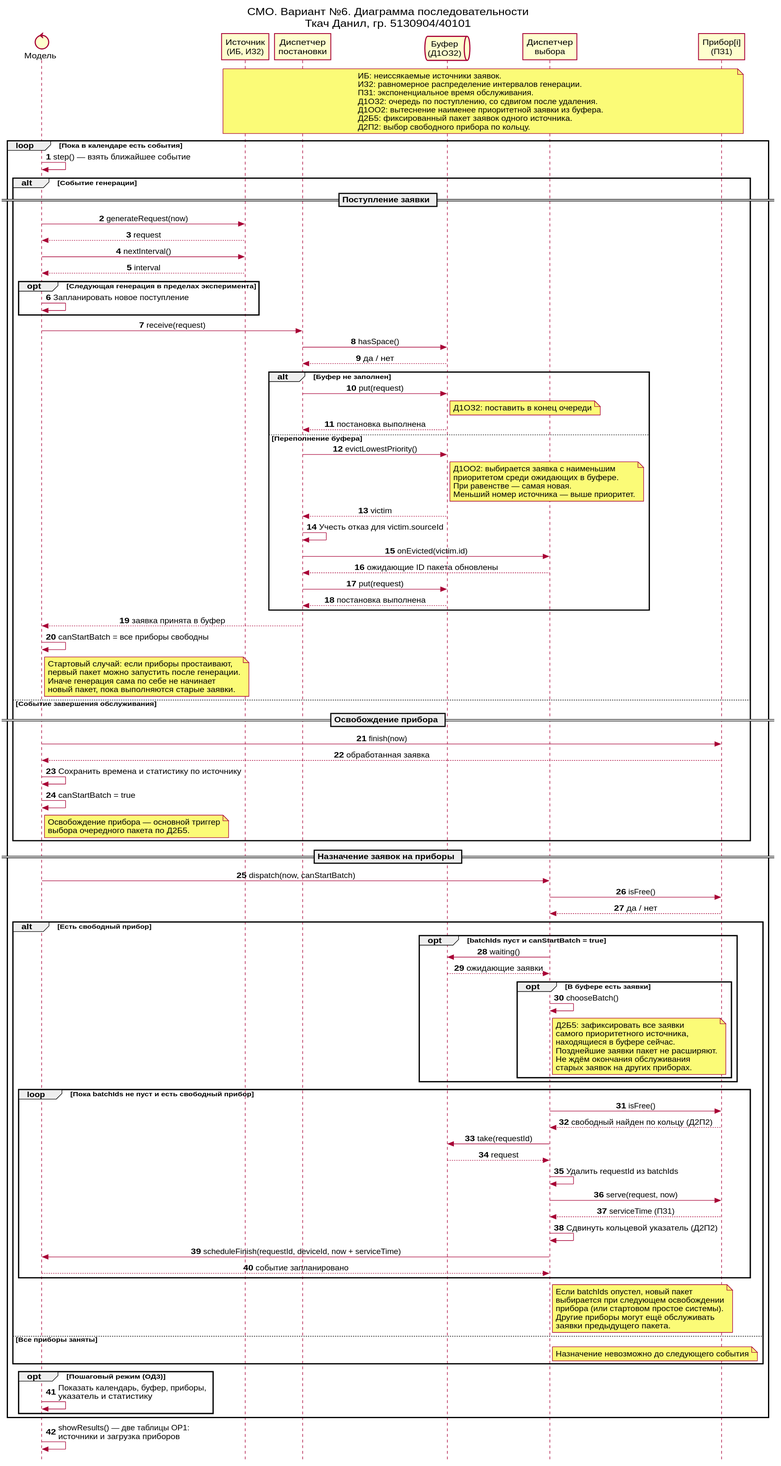
Before: artifacts/sequence/sequence.svg, a diagram exported from PlantUML (Danil3352/smo-meteo-var6).
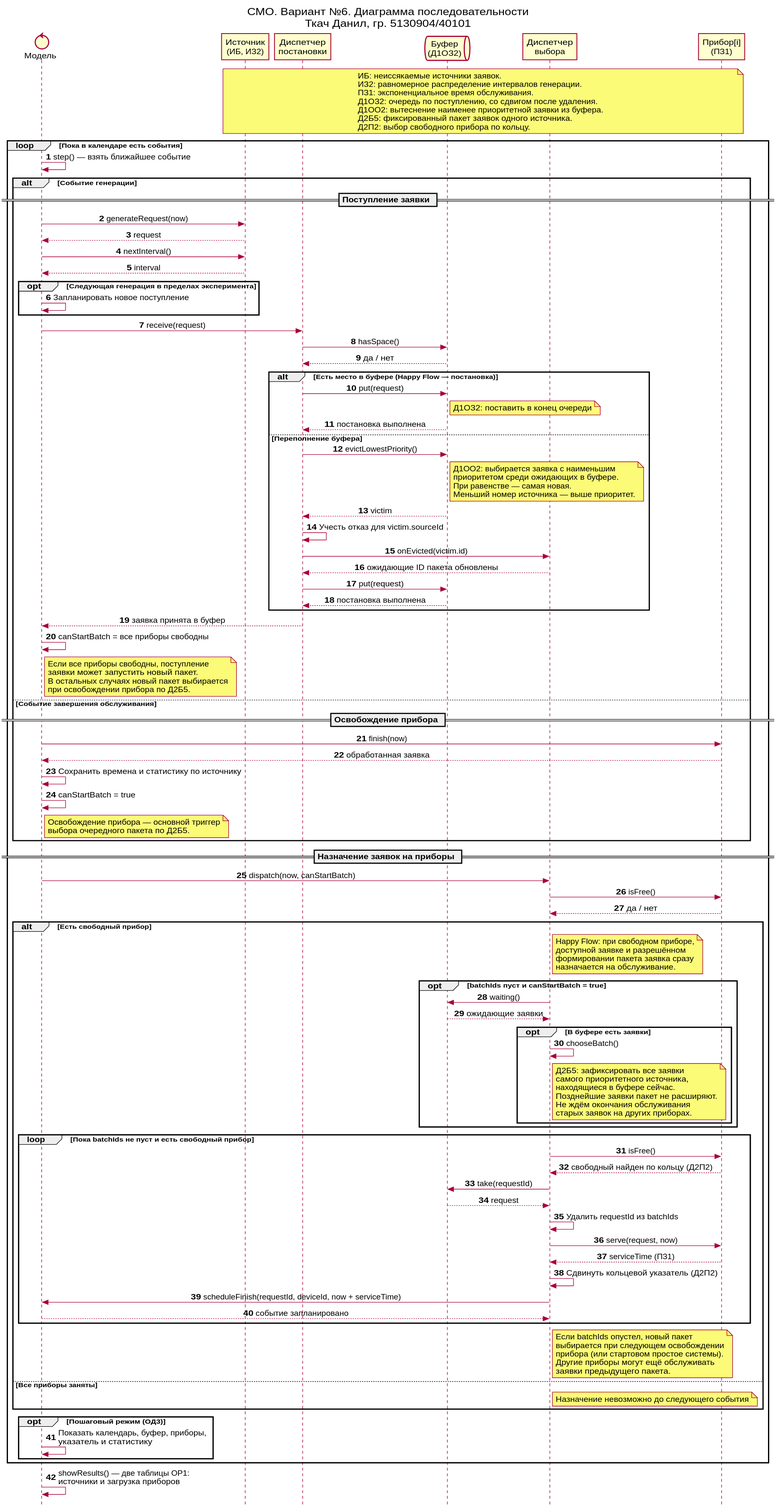
The same file after the commit.

Commit message:
Happy Flow Fix

Diff of the diagram source:
```diff
@@ -40,10 +40,11 @@
         DP -> Buffer: hasSpace()
         Buffer --> DP: да / нет
 
-        alt Буфер не заполнен
+        alt Есть место в буфере (Happy Flow — постановка)
             DP -> Buffer: put(request)
             note right of Buffer: Д1ОЗ2: поставить в конец очереди
             Buffer --> DP: постановка выполнена
+
         else Переполнение буфера
             DP -> Buffer: evictLowestPriority()
             note right of Buffer
@@ -52,10 +53,12 @@
             При равенстве — самая новая.
             Меньший номер источника — выше приоритет.
             end note
+
             Buffer --> DP: victim
             DP -> DP: Учесть отказ для victim.sourceId
             DP -> DV: onEvicted(victim.id)
             DV --> DP: ожидающие ID пакета обновлены
+
             DP -> Buffer: put(request)
             Buffer --> DP: постановка выполнена
         end
@@ -64,16 +67,17 @@
         Sim -> Sim: canStartBatch = все приборы свободны
 
         note right of Sim
-        Стартовый случай: если приборы простаивают,
-        первый пакет можно запустить после генерации.
-        Иначе генерация сама по себе не начинает
-        новый пакет, пока выполняются старые заявки.
+        Если все приборы свободны, поступление
+        заявки может запустить новый пакет.
+        В остальных случаях новый пакет выбирается
+        при освобождении прибора по Д2Б5.
         end note
 
     else Событие завершения обслуживания
         == Освобождение прибора ==
         Sim -> Device: finish(now)
         Device --> Sim: обработанная заявка
+
         Sim -> Sim: Сохранить времена и статистику по источнику
         Sim -> Sim: canStartBatch = true
 
@@ -89,12 +93,20 @@
     Device --> DV: да / нет
 
     alt Есть свободный прибор
+        note right of DV
+        Happy Flow: при свободном приборе,
+        доступной заявке и разрешённом
+        формировании пакета заявка сразу
+        назначается на обслуживание.
+        end note
+
         opt batchIds пуст и canStartBatch = true
             DV -> Buffer: waiting()
             Buffer --> DV: ожидающие заявки
 
             opt В буфере есть заявки
                 DV -> DV: chooseBatch()
+
                 note right of DV
                 Д2Б5: зафиксировать все заявки
                 самого приоритетного источника,
@@ -140,4 +152,5 @@
 end
 
 Sim -> Sim: showResults() — две таблицы ОР1:\nисточники и загрузка приборов
+
 @enduml
```
